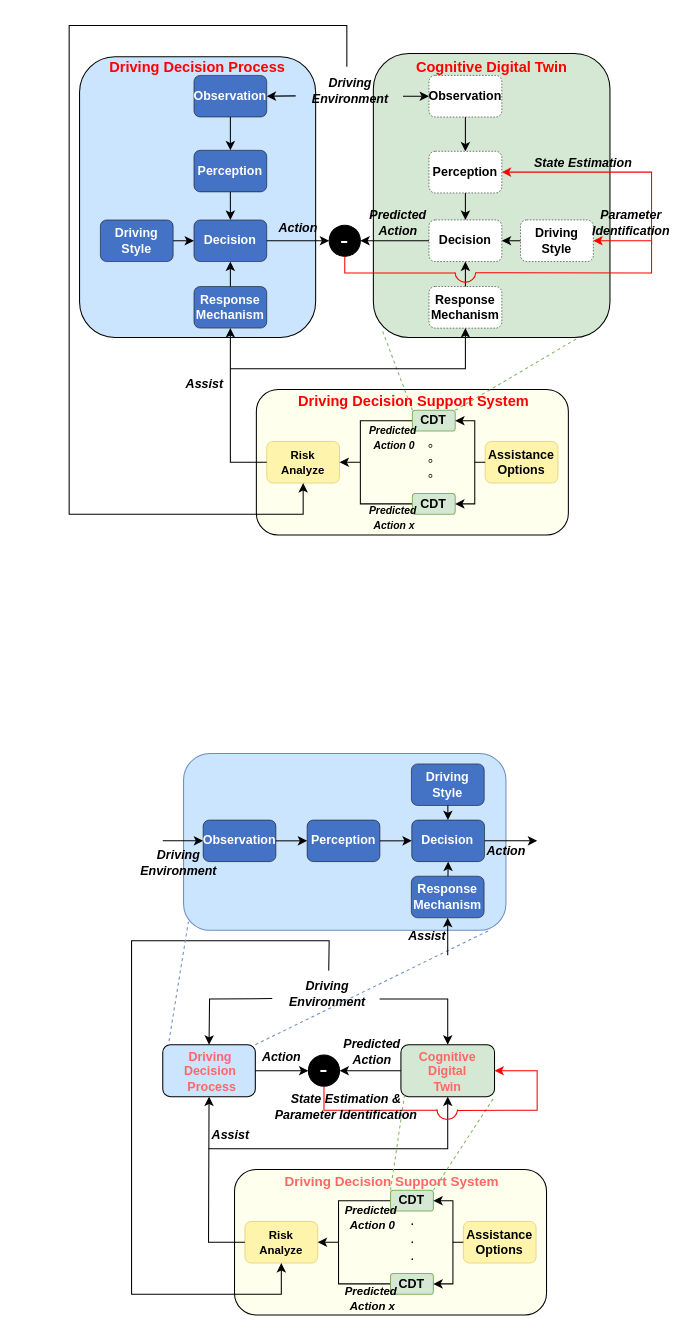
Above: page "CDAS-O overview abstract" (4 of 6) of CDAS-O.drawio in SlidingEagle/draw.io (draw.io), before the change. Source tidied: cells renumbered, new cells numbered last; positions are measured from the earlier drawing's top-left corner, leaving out a move shared by most shapes. Both pictures are drawn from the tidied source at 104%, with x=0, y=0 at pixel (18, 25).
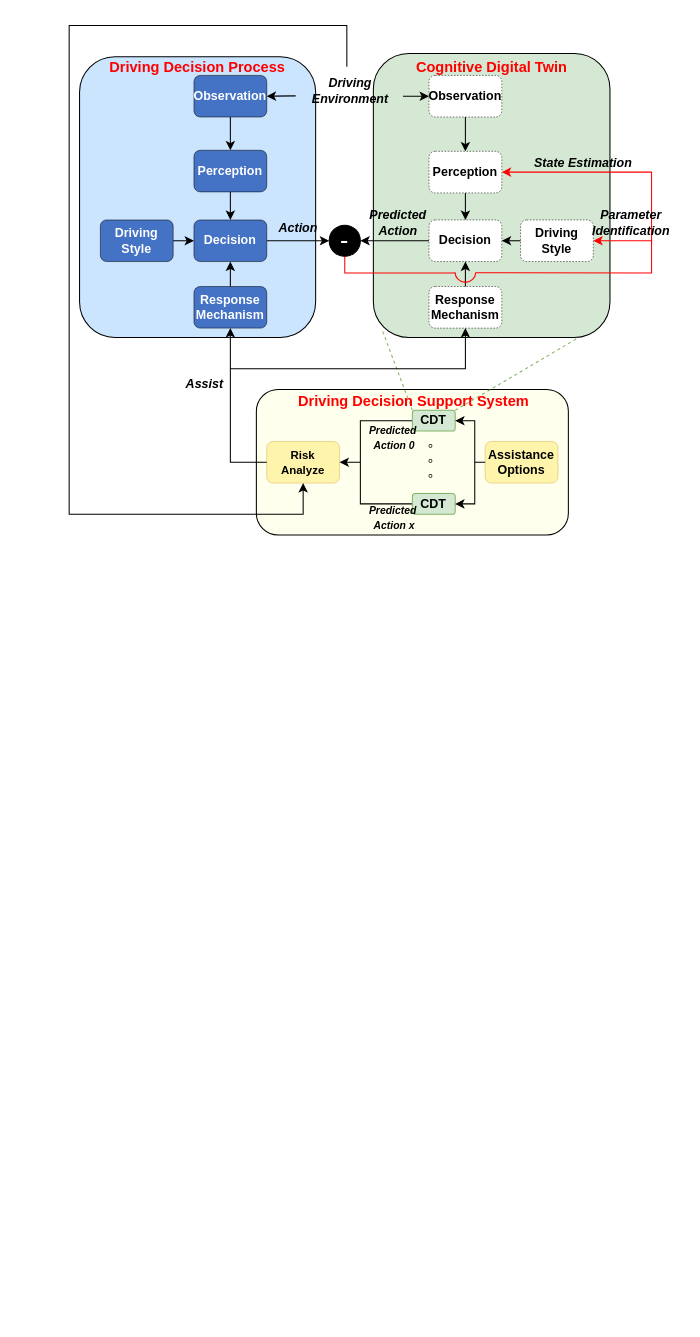
The same diagram, later.

The edit, as a diff of the source:
```diff
@@
-    <mxCell id="57" style="rounded=1;whiteSpace=wrap;html=1;fillColor=#CCE5FF;strokeColor=#000000;" parent="1" vertex="1">
-      <mxGeometry x="139" y="980" width="89" height="50" as="geometry" />
-    </mxCell>
-    <mxCell id="58" style="rounded=1;whiteSpace=wrap;html=1;fillColor=#d5e8d4;strokeColor=#000000;" parent="1" vertex="1">
-      <mxGeometry x="368" y="980" width="90" height="50" as="geometry" />
-    </mxCell>
-    <mxCell id="59" style="endArrow=classic;html=1;rounded=0;exitX=1;exitY=0.5;exitDx=0;exitDy=0;entryX=0;entryY=0.5;entryDx=0;entryDy=0;" parent="1" edge="1" source="57" target="60">
-      <mxGeometry relative="1" as="geometry" />
-    </mxCell>
-    <mxCell id="60" value="&lt;font color=&quot;#ffffff&quot; style=&quot;font-size: 24px;&quot;&gt;-&lt;/font&gt;" style="ellipse;whiteSpace=wrap;html=1;strokeColor=#000000;fillColor=#000000;" parent="1" vertex="1">
-      <mxGeometry x="279" y="990" width="30" height="30" as="geometry" />
-    </mxCell>
-    <mxCell id="61" style="rounded=1;whiteSpace=wrap;html=1;fillColor=#FFFFED;strokeColor=#000000;" parent="1" vertex="1">
-      <mxGeometry x="208" y="1100" width="300" height="140" as="geometry" />
-    </mxCell>
-    <mxCell id="62" value="&lt;font style=&quot;font-size: 11px;&quot;&gt;&lt;b style=&quot;&quot;&gt;Risk&lt;br&gt;Analyze&lt;/b&gt;&lt;/font&gt;" style="rounded=1;whiteSpace=wrap;html=1;fillColor=#FFF4AB;strokeWidth=0.5;strokeColor=#d6b656;" parent="1" vertex="1">
-      <mxGeometry x="218" y="1150" width="70" height="40" as="geometry" />
-    </mxCell>
-    <mxCell id="63" style="endArrow=none;dashed=1;html=1;rounded=0;exitX=0;exitY=0;exitDx=0;exitDy=0;entryX=0.038;entryY=0.975;entryDx=0;entryDy=0;entryPerimeter=0;fillColor=#d5e8d4;strokeColor=#82b366;" parent="1" edge="1" source="72" target="58">
-      <mxGeometry relative="1" as="geometry" />
-    </mxCell>
-    <mxCell id="64" style="endArrow=none;dashed=1;html=1;rounded=0;exitX=1;exitY=0;exitDx=0;exitDy=0;fillColor=#d5e8d4;strokeColor=#82b366;entryX=1;entryY=1;entryDx=0;entryDy=0;" parent="1" edge="1" source="72" target="58">
-      <mxGeometry relative="1" as="geometry" />
-    </mxCell>
-    <mxCell id="65" value="&lt;font style=&quot;font-size: 14px;&quot;&gt;.&lt;br&gt;.&lt;br&gt;.&lt;/font&gt;" style="text;html=1;align=center;verticalAlign=middle;strokeColor=none;fillColor=none;" parent="1" vertex="1">
-      <mxGeometry x="364.2" y="1136" width="30" height="60" as="geometry" />
-    </mxCell>
-    <mxCell id="66" style="endArrow=none;html=1;rounded=0;entryX=0;entryY=0.5;entryDx=0;entryDy=0;" parent="1" edge="1" target="73">
-      <mxGeometry relative="1" as="geometry">
-        <mxPoint x="308" y="1170" as="sourcePoint" />
-        <Array as="points">
-          <mxPoint x="308" y="1210" />
-        </Array>
-      </mxGeometry>
-    </mxCell>
-    <mxCell id="67" style="endArrow=classic;html=1;rounded=0;entryX=0.5;entryY=1;entryDx=0;entryDy=0;exitX=0;exitY=0.5;exitDx=0;exitDy=0;" parent="1" edge="1" source="62" target="57">
-      <mxGeometry relative="1" as="geometry">
-        <Array as="points">
-          <mxPoint x="183" y="1170" />
-        </Array>
-      </mxGeometry>
-    </mxCell>
-    <mxCell id="68" style="endArrow=classic;html=1;rounded=0;entryX=1;entryY=0.5;entryDx=0;entryDy=0;exitX=0;exitY=0.5;exitDx=0;exitDy=0;" parent="1" edge="1" source="72" target="62">
-      <mxGeometry relative="1" as="geometry">
-        <Array as="points">
-          <mxPoint x="308" y="1130" />
-          <mxPoint x="308" y="1170" />
-        </Array>
-      </mxGeometry>
-    </mxCell>
-    <mxCell id="69" value="&lt;i&gt;&lt;b&gt;Assist&lt;/b&gt;&lt;/i&gt;" style="text;html=1;align=center;verticalAlign=middle;strokeColor=none;fillColor=none;" parent="1" vertex="1">
-      <mxGeometry x="174" y="1052" width="60" height="30" as="geometry" />
-    </mxCell>
-    <mxCell id="70" value="&lt;i&gt;&lt;b&gt;Action&lt;/b&gt;&lt;/i&gt;" style="text;html=1;align=center;verticalAlign=middle;strokeColor=none;fillColor=none;" parent="1" vertex="1">
-      <mxGeometry x="223" y="977" width="60" height="30" as="geometry" />
-    </mxCell>
-    <mxCell id="71" value="&lt;i&gt;&lt;b&gt;Predicted &lt;br&gt;Action&lt;/b&gt;&lt;/i&gt;" style="text;html=1;align=center;verticalAlign=middle;strokeColor=none;fillColor=none;" parent="1" vertex="1">
-      <mxGeometry x="300.2" y="967" width="80" height="40" as="geometry" />
-    </mxCell>
-    <mxCell id="72" value="&lt;b&gt;CDT&lt;/b&gt;" style="rounded=1;whiteSpace=wrap;html=1;fillColor=#d5e8d4;strokeColor=#82b366;" parent="1" vertex="1">
-      <mxGeometry x="358" y="1120" width="41.2" height="20" as="geometry" />
-    </mxCell>
-    <mxCell id="73" value="&lt;b&gt;CDT&lt;/b&gt;" style="rounded=1;whiteSpace=wrap;html=1;fillColor=#d5e8d4;strokeColor=#82b366;" parent="1" vertex="1">
-      <mxGeometry x="358" y="1200" width="41.2" height="20" as="geometry" />
-    </mxCell>
-    <mxCell id="74" value="&lt;span style=&quot;border-color: var(--border-color);&quot;&gt;&lt;font color=&quot;#ff6666&quot; face=&quot;Helvetica&quot; style=&quot;font-size: 12px;&quot;&gt;&lt;b style=&quot;&quot;&gt;Driving&amp;nbsp;&lt;/b&gt;&lt;/font&gt;&lt;/span&gt;&lt;div style=&quot;&quot;&gt;&lt;span style=&quot;border-color: var(--border-color);&quot;&gt;&lt;font color=&quot;#ff6666&quot; style=&quot;font-size: 12px;&quot;&gt;&lt;b&gt;Decision&amp;nbsp;&lt;/b&gt;&lt;/font&gt;&lt;/span&gt;&lt;/div&gt;&lt;div style=&quot;&quot;&gt;&lt;span style=&quot;border-color: var(--border-color);&quot;&gt;&lt;font color=&quot;#ff6666&quot; style=&quot;font-size: 12px;&quot;&gt;&lt;b style=&quot;&quot;&gt;Process&lt;/b&gt;&lt;/font&gt;&lt;/span&gt;&lt;/div&gt;" style="text;html=1;align=center;verticalAlign=middle;whiteSpace=wrap;rounded=0;" parent="1" vertex="1">
-      <mxGeometry x="149" y="987.8" width="75" height="36.5" as="geometry" />
-    </mxCell>
-    <mxCell id="75" value="&lt;b style=&quot;border-color: var(--border-color);&quot;&gt;&lt;font color=&quot;#ff6666&quot; style=&quot;font-size: 12px;&quot;&gt;Cognitive&lt;/font&gt;&lt;/b&gt;&lt;div style=&quot;&quot;&gt;&lt;b style=&quot;border-color: var(--border-color);&quot;&gt;&lt;font color=&quot;#ff6666&quot; style=&quot;font-size: 12px;&quot;&gt;Digital&lt;/font&gt;&lt;/b&gt;&lt;/div&gt;&lt;div style=&quot;&quot;&gt;&lt;b style=&quot;border-color: var(--border-color);&quot;&gt;&lt;font color=&quot;#ff6666&quot; style=&quot;font-size: 12px;&quot;&gt;Twin&lt;/font&gt;&lt;/b&gt;&lt;/div&gt;" style="text;html=1;align=center;verticalAlign=middle;whiteSpace=wrap;rounded=0;" parent="1" vertex="1">
-      <mxGeometry x="380.3" y="990.8" width="66.2" height="30.5" as="geometry" />
-    </mxCell>
-    <mxCell id="76" value="&lt;i style=&quot;font-size: 11px;&quot;&gt;&lt;b&gt;Predicted&lt;br&gt;&amp;nbsp;Action&amp;nbsp;0&lt;/b&gt;&lt;/i&gt;" style="text;html=1;align=center;verticalAlign=middle;strokeColor=none;fillColor=none;" parent="1" vertex="1">
-      <mxGeometry x="304" y="1126" width="70" height="40" as="geometry" />
-    </mxCell>
-    <mxCell id="77" value="&lt;i style=&quot;font-size: 11px;&quot;&gt;&lt;b&gt;Predicted&lt;br&gt;&amp;nbsp;Action x&lt;/b&gt;&lt;/i&gt;" style="text;html=1;align=center;verticalAlign=middle;strokeColor=none;fillColor=none;" parent="1" vertex="1">
-      <mxGeometry x="304" y="1204" width="70" height="40" as="geometry" />
-    </mxCell>
-    <mxCell id="78" value="&lt;b style=&quot;&quot;&gt;&lt;font style=&quot;font-size: 12px;&quot;&gt;Assistance&lt;br&gt;Options&lt;/font&gt;&lt;/b&gt;" style="rounded=1;whiteSpace=wrap;html=1;fillColor=#FFF4AB;strokeWidth=0.5;strokeColor=#d6b656;" parent="1" vertex="1">
-      <mxGeometry x="428" y="1150" width="70" height="40" as="geometry" />
-    </mxCell>
-    <mxCell id="79" style="endArrow=classic;html=1;rounded=0;exitX=0;exitY=0.5;exitDx=0;exitDy=0;entryX=1;entryY=0.5;entryDx=0;entryDy=0;" parent="1" edge="1" source="78" target="73">
-      <mxGeometry relative="1" as="geometry">
-        <Array as="points">
-          <mxPoint x="418" y="1170" />
-          <mxPoint x="418" y="1210" />
-          <mxPoint x="408" y="1210" />
-        </Array>
-      </mxGeometry>
-    </mxCell>
-    <mxCell id="80" style="endArrow=classic;html=1;rounded=0;entryX=1;entryY=0.5;entryDx=0;entryDy=0;" parent="1" edge="1" target="72">
-      <mxGeometry relative="1" as="geometry">
-        <mxPoint x="418" y="1170" as="sourcePoint" />
-        <Array as="points">
-          <mxPoint x="418" y="1130" />
-        </Array>
-      </mxGeometry>
-    </mxCell>
-    <mxCell id="81" value="&lt;b&gt;&lt;i&gt;Driving&lt;br&gt;Environment&lt;/i&gt;&lt;/b&gt;" style="text;html=1;align=center;verticalAlign=middle;points=[];strokeColor=none;fillColor=none;" parent="1" vertex="1">
-      <mxGeometry x="246.5" y="911" width="100" height="40" as="geometry" />
-    </mxCell>
-    <mxCell id="82" style="endArrow=classic;html=1;rounded=0;exitX=0;exitY=0.5;exitDx=0;exitDy=0;entryX=1;entryY=0.5;entryDx=0;entryDy=0;" parent="1" edge="1" source="58" target="60">
-      <mxGeometry relative="1" as="geometry" />
-    </mxCell>
-    <mxCell id="83" style="endArrow=classic;html=1;rounded=0;entryX=0.5;entryY=0;entryDx=0;entryDy=0;exitX=1.01;exitY=0.627;exitDx=0;exitDy=0;exitPerimeter=0;" parent="1" edge="1" source="81" target="58">
-      <mxGeometry relative="1" as="geometry">
-        <Array as="points">
-          <mxPoint x="413" y="936" />
-        </Array>
-      </mxGeometry>
-    </mxCell>
-    <mxCell id="84" style="endArrow=classic;html=1;rounded=0;entryX=0.5;entryY=0;entryDx=0;entryDy=0;exitX=-0.022;exitY=0.617;exitDx=0;exitDy=0;exitPerimeter=0;" parent="1" edge="1" source="81" target="57">
-      <mxGeometry relative="1" as="geometry">
-        <Array as="points">
-          <mxPoint x="184" y="936" />
-        </Array>
-      </mxGeometry>
-    </mxCell>
-    <mxCell id="85" style="endArrow=classic;html=1;rounded=0;entryX=0.5;entryY=1;entryDx=0;entryDy=0;" parent="1" edge="1" target="58">
-      <mxGeometry relative="1" as="geometry">
-        <mxPoint x="183" y="1080" as="sourcePoint" />
-        <Array as="points">
-          <mxPoint x="413" y="1080" />
-        </Array>
-      </mxGeometry>
-    </mxCell>
-    <mxCell id="86" style="endArrow=classic;html=1;rounded=0;entryX=0.5;entryY=1;entryDx=0;entryDy=0;exitX=0.521;exitY=-0.055;exitDx=0;exitDy=0;exitPerimeter=0;" parent="1" edge="1" source="81" target="62">
-      <mxGeometry relative="1" as="geometry">
-        <Array as="points">
-          <mxPoint x="299" y="880" />
-          <mxPoint x="109" y="880" />
-          <mxPoint x="109" y="1220" />
-          <mxPoint x="253" y="1220" />
-        </Array>
-      </mxGeometry>
-    </mxCell>
-    <mxCell id="87" value="&lt;b style=&quot;border-color: var(--border-color);&quot;&gt;&lt;font color=&quot;#ff6666&quot; style=&quot;font-size: 13px;&quot;&gt;Driving Decision Support System&lt;/font&gt;&lt;/b&gt;" style="text;html=1;align=center;verticalAlign=middle;whiteSpace=wrap;rounded=0;" parent="1" vertex="1">
-      <mxGeometry x="187" y="1096" width="345" height="30" as="geometry" />
-    </mxCell>
-    <mxCell id="88" style="verticalLabelPosition=bottom;verticalAlign=top;html=1;shape=mxgraph.basic.arc;startAngle=0.25636280567399594;endAngle=0.7436371943260041;strokeColor=#FF0000;" parent="1" vertex="1">
-      <mxGeometry x="402.5" y="1032" width="20" height="20" as="geometry" />
-    </mxCell>
-    <mxCell id="89" style="endArrow=none;html=1;rounded=0;entryX=0.5;entryY=1;entryDx=0;entryDy=0;strokeColor=#FF0000;exitX=0.045;exitY=0.557;exitDx=0;exitDy=0;exitPerimeter=0;" parent="1" edge="1" source="88" target="60">
-      <mxGeometry relative="1" as="geometry">
-        <Array as="points">
-          <mxPoint x="294" y="1043" />
-        </Array>
-      </mxGeometry>
-    </mxCell>
-    <mxCell id="90" style="endArrow=classic;html=1;rounded=0;strokeColor=#FF0000;exitX=0.975;exitY=0.56;exitDx=0;exitDy=0;exitPerimeter=0;entryX=1;entryY=0.5;entryDx=0;entryDy=0;" parent="1" edge="1" source="88" target="58">
-      <mxGeometry relative="1" as="geometry">
-        <Array as="points">
-          <mxPoint x="499" y="1043" />
-          <mxPoint x="499" y="1005" />
-        </Array>
-      </mxGeometry>
-    </mxCell>
-    <mxCell id="91" style="rounded=1;whiteSpace=wrap;html=1;fillColor=#CCE5FF;strokeColor=#6c8ebf;" parent="1" vertex="1">
-      <mxGeometry x="159" y="700" width="310" height="170" as="geometry" />
-    </mxCell>
-    <mxCell id="92" value="&lt;font color=&quot;#ffffff&quot;&gt;&lt;b&gt;Observation&lt;/b&gt;&lt;/font&gt;" style="rounded=1;whiteSpace=wrap;html=1;fillColor=#4472C4;strokeWidth=0.5;" parent="1" vertex="1">
-      <mxGeometry x="177.8" y="764" width="70" height="40" as="geometry" />
-    </mxCell>
-    <mxCell id="93" value="&lt;font color=&quot;#ffffff&quot;&gt;&lt;b&gt;Perception&lt;/b&gt;&lt;/font&gt;" style="rounded=1;whiteSpace=wrap;html=1;fillColor=#4472C4;strokeWidth=0.5;" parent="1" vertex="1">
-      <mxGeometry x="277.8" y="764" width="70" height="40" as="geometry" />
-    </mxCell>
-    <mxCell id="94" style="endArrow=classic;html=1;rounded=0;exitX=1;exitY=0.5;exitDx=0;exitDy=0;entryX=0;entryY=0.5;entryDx=0;entryDy=0;" parent="1" edge="1" source="92" target="93">
-      <mxGeometry relative="1" as="geometry" />
-    </mxCell>
-    <mxCell id="95" value="&lt;font color=&quot;#ffffff&quot;&gt;&lt;b&gt;Driving&lt;br&gt;Style&lt;/b&gt;&lt;br&gt;&lt;/font&gt;" style="rounded=1;whiteSpace=wrap;html=1;fillColor=#4472C4;strokeWidth=0.5;" parent="1" vertex="1">
-      <mxGeometry x="378.1" y="710" width="70" height="40" as="geometry" />
-    </mxCell>
-    <mxCell id="96" style="endArrow=none;dashed=1;html=1;rounded=0;exitX=1;exitY=0;exitDx=0;exitDy=0;fillColor=#dae8fc;strokeColor=#6c8ebf;entryX=0.951;entryY=0.998;entryDx=0;entryDy=0;entryPerimeter=0;" parent="1" edge="1" source="57" target="91">
-      <mxGeometry relative="1" as="geometry" />
-    </mxCell>
-    <mxCell id="97" style="endArrow=none;dashed=1;html=1;rounded=0;exitX=0.067;exitY=-0.067;exitDx=0;exitDy=0;fillColor=#dae8fc;strokeColor=#6c8ebf;entryX=0.015;entryY=0.951;entryDx=0;entryDy=0;entryPerimeter=0;exitPerimeter=0;" parent="1" edge="1" source="57" target="91">
-      <mxGeometry relative="1" as="geometry" />
-    </mxCell>
-    <mxCell id="98" value="&lt;b&gt;&lt;i&gt;State Estimation &amp;amp;&lt;/i&gt;&lt;/b&gt;&lt;div&gt;&lt;b&gt;&lt;i&gt;Parameter Identification&lt;/i&gt;&lt;/b&gt;&lt;b&gt;&lt;i&gt;&lt;br&gt;&lt;/i&gt;&lt;/b&gt;&lt;/div&gt;" style="text;html=1;align=center;verticalAlign=middle;strokeColor=none;fillColor=none;" parent="1" vertex="1">
-      <mxGeometry x="235" y="1020" width="160" height="40" as="geometry" />
-    </mxCell>
-    <mxCell id="99" value="&lt;b&gt;&lt;i&gt;Driving&lt;br&gt;Environment&lt;/i&gt;&lt;/b&gt;" style="text;html=1;align=center;verticalAlign=middle;strokeColor=none;fillColor=none;" parent="1" vertex="1">
-      <mxGeometry x="104" y="785" width="100" height="40" as="geometry" />
-    </mxCell>
-    <mxCell id="100" value="&lt;i&gt;&lt;b&gt;Action&lt;/b&gt;&lt;/i&gt;" style="text;html=1;align=center;verticalAlign=middle;strokeColor=none;fillColor=none;" parent="1" vertex="1">
-      <mxGeometry x="439" y="779" width="60" height="30" as="geometry" />
-    </mxCell>
-    <mxCell id="101" style="endArrow=classic;html=1;rounded=0;entryX=0;entryY=0.5;entryDx=0;entryDy=0;" parent="1" edge="1" target="92">
-      <mxGeometry relative="1" as="geometry">
-        <mxPoint x="139" y="784" as="sourcePoint" />
-      </mxGeometry>
-    </mxCell>
-    <mxCell id="102" value="&lt;font color=&quot;#ffffff&quot;&gt;&lt;b&gt;Decision&lt;/b&gt;&lt;/font&gt;" style="rounded=1;whiteSpace=wrap;html=1;fillColor=#4472C4;strokeWidth=0.5;" parent="1" vertex="1">
-      <mxGeometry x="378.4" y="764" width="70" height="40" as="geometry" />
-    </mxCell>
-    <mxCell id="103" style="endArrow=classic;html=1;rounded=0;entryX=0;entryY=0.5;entryDx=0;entryDy=0;exitX=1;exitY=0.5;exitDx=0;exitDy=0;" parent="1" edge="1" source="93" target="102">
-      <mxGeometry relative="1" as="geometry" />
-    </mxCell>
-    <mxCell id="104" value="&lt;font color=&quot;#ffffff&quot;&gt;&lt;b&gt;Response Mechanism&lt;/b&gt;&lt;/font&gt;" style="rounded=1;whiteSpace=wrap;html=1;fillColor=#4472C4;strokeWidth=0.5;" parent="1" vertex="1">
-      <mxGeometry x="378" y="818" width="70" height="40" as="geometry" />
-    </mxCell>
-    <mxCell id="105" style="endArrow=classic;html=1;rounded=0;exitX=1;exitY=0.5;exitDx=0;exitDy=0;" parent="1" edge="1" source="102">
-      <mxGeometry relative="1" as="geometry">
-        <mxPoint x="499" y="784" as="targetPoint" />
-      </mxGeometry>
-    </mxCell>
-    <mxCell id="106" value="&lt;b&gt;&lt;i&gt;Assist&lt;/i&gt;&lt;/b&gt;" style="text;html=1;align=center;verticalAlign=middle;strokeColor=none;fillColor=none;" parent="1" vertex="1">
-      <mxGeometry x="362.5" y="861" width="60" height="30" as="geometry" />
-    </mxCell>
-    <mxCell id="107" style="endArrow=classic;html=1;rounded=0;entryX=0.5;entryY=1;entryDx=0;entryDy=0;" parent="1" edge="1" source="104" target="102">
-      <mxGeometry relative="1" as="geometry" />
-    </mxCell>
-    <mxCell id="108" style="endArrow=classic;html=1;rounded=0;exitX=0.5;exitY=1;exitDx=0;exitDy=0;" parent="1" edge="1" source="95" target="102">
-      <mxGeometry relative="1" as="geometry" />
-    </mxCell>
-    <mxCell id="109" style="endArrow=classic;html=1;rounded=0;entryX=0.5;entryY=1;entryDx=0;entryDy=0;" parent="1" edge="1" target="104">
-      <mxGeometry relative="1" as="geometry">
-        <mxPoint x="413" y="894" as="sourcePoint" />
-      </mxGeometry>
-    </mxCell>
```
